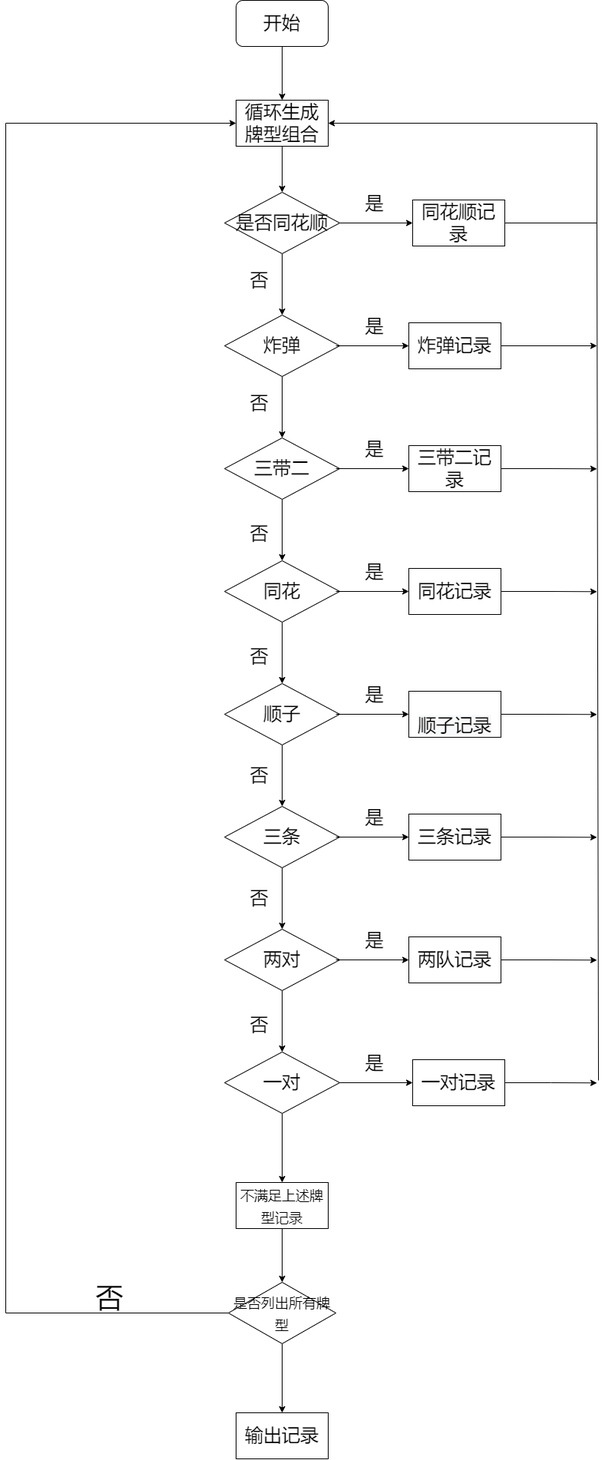
whitesweater/first_ keeps this draw.io diagram as Untitled Diagram.drawio.png. Above is the earlier version. Source tidied: cells renumbered, new cells last; positions are measured from the earlier drawing's top-left corner, leaving out a move shared by most shapes.
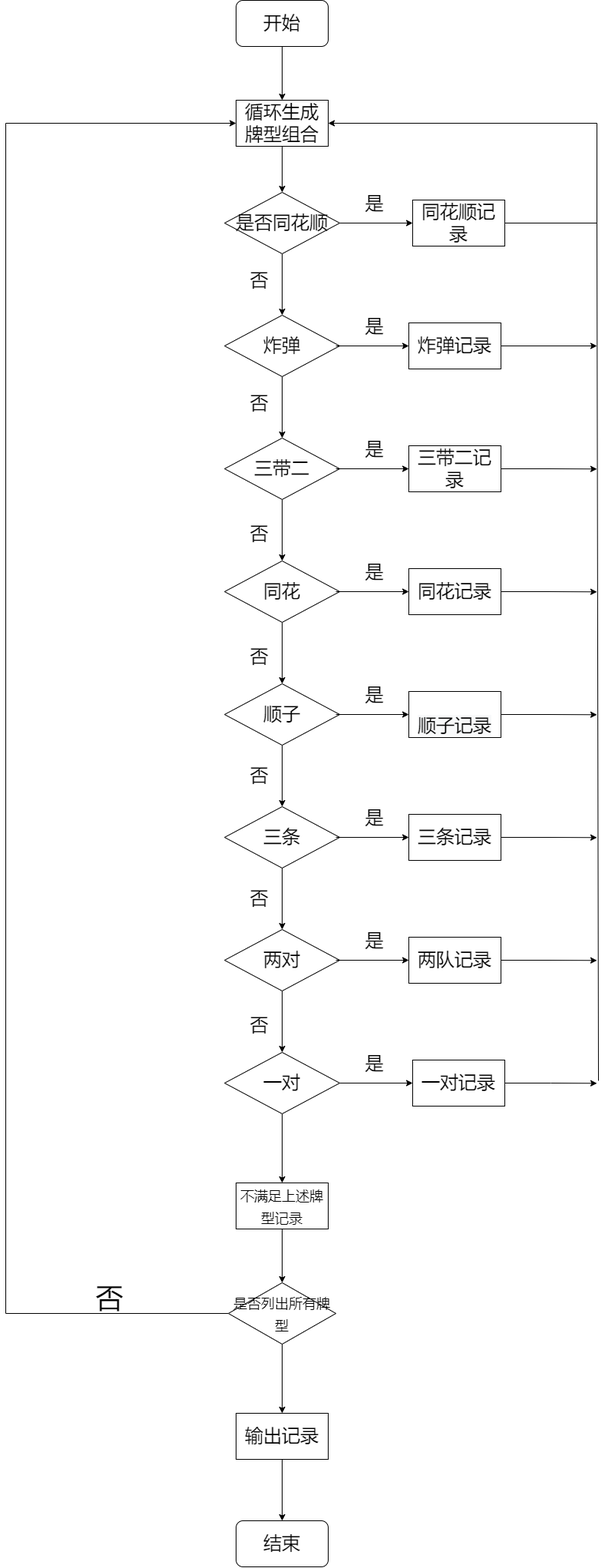
Later version of the same file.

Diff of the diagram source:
```diff
@@ -222,6 +222,9 @@
     <mxCell id="61" value="&lt;font style=&quot;font-size: 36px&quot;&gt;否&lt;/font&gt;" style="text;html=1;align=center;verticalAlign=middle;strokeColor=none;fillColor=none;fontSize=24;" parent="1" vertex="1">
       <mxGeometry x="110" y="1670" width="50" height="40" as="geometry" />
     </mxCell>
+    <mxCell id="69" style="edgeStyle=orthogonalEdgeStyle;rounded=0;jettySize=auto;html=1;fontSize=18;" parent="1" edge="1" source="62" target="70">
+      <mxGeometry relative="1" as="geometry" />
+    </mxCell>
     <mxCell id="62" value="输出记录" style="whiteSpace=wrap;html=1;fontSize=24;" parent="1" vertex="1">
       <mxGeometry x="300" y="1840" width="120" height="60" as="geometry" />
     </mxCell>
@@ -246,5 +249,8 @@
     <mxCell id="68" value="否" style="text;html=1;align=center;verticalAlign=middle;strokeColor=none;fillColor=none;fontSize=24;" parent="1" vertex="1">
       <mxGeometry x="310" y="680" width="40" height="30" as="geometry" />
     </mxCell>
+    <mxCell id="70" value="结束" style="rounded=1;whiteSpace=wrap;html=1;fontSize=24;" parent="1" vertex="1">
+      <mxGeometry x="300" y="1980" width="120" height="60" as="geometry" />
+    </mxCell>
   </root>
 </mxGraphModel>
```
